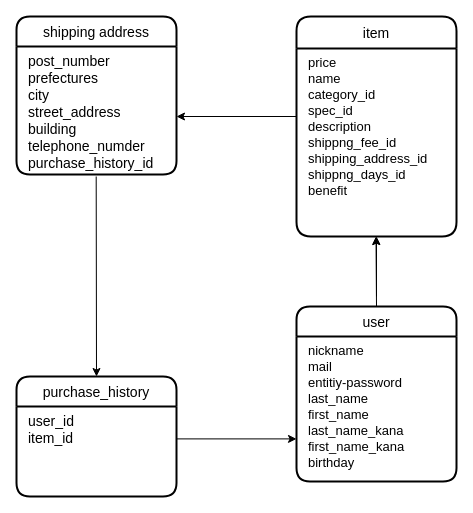
Above: app/assets/config/furima.dio in otak0574/furima-37001 (draw.io), before the change. Source tidied: cells renumbered, new cells numbered last; positions are measured from the earlier drawing's top-left corner, leaving out a move shared by most shapes. Both pictures are drawn from the tidied source at 100%, with x=0, y=0 at pixel (16, 16).
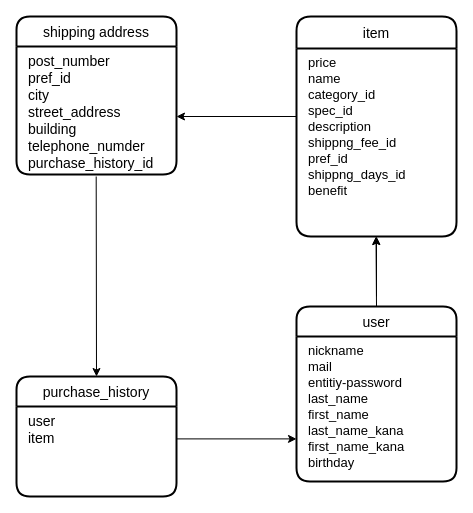
After the change.

Commit message (it also covers changes not shown here):
ER図、READMEの再修正

Diff of the diagram source:
```diff
@@
 <mxGraphModel>
   <root>
     <mxCell id="0" />
     <mxCell id="1" parent="0" />
     <mxCell id="2" style="edgeStyle=none;html=1;exitX=0.5;exitY=0;exitDx=0;exitDy=0;" parent="1" edge="1" source="10">
       <mxGeometry relative="1" as="geometry">
         <mxPoint x="359.5" y="220" as="targetPoint" />
       </mxGeometry>
     </mxCell>
     <mxCell id="3" style="edgeStyle=none;html=1;exitX=1;exitY=0.36;exitDx=0;exitDy=0;exitPerimeter=0;" parent="1" edge="1">
       <mxGeometry relative="1" as="geometry">
         <mxPoint x="160" y="422.4" as="sourcePoint" />
         <mxPoint x="280" y="422.4" as="targetPoint" />
       </mxGeometry>
     </mxCell>
     <mxCell id="4" style="edgeStyle=none;html=1;exitX=0;exitY=0.5;exitDx=0;exitDy=0;entryX=1;entryY=0.5;entryDx=0;entryDy=0;" parent="1" edge="1">
       <mxGeometry relative="1" as="geometry">
         <mxPoint x="280" y="100" as="sourcePoint" />
         <mxPoint x="160" y="100" as="targetPoint" />
       </mxGeometry>
     </mxCell>
     <mxCell id="5" style="edgeStyle=none;html=1;entryX=0.5;entryY=0;entryDx=0;entryDy=0;exitX=0.498;exitY=1.135;exitDx=0;exitDy=0;exitPerimeter=0;" parent="1" edge="1">
       <mxGeometry relative="1" as="geometry">
         <mxPoint x="79.7" y="160" as="sourcePoint" />
         <mxPoint x="80" y="360" as="targetPoint" />
       </mxGeometry>
     </mxCell>
     <mxCell id="6" value="item" style="swimlane;horizontal=1;startSize=32;rounded=1;fontSize=14;fontStyle=0;strokeWidth=2;shadow=0;dashed=0;align=center;" parent="1" vertex="1">
       <mxGeometry x="280" width="160" height="220" as="geometry" />
     </mxCell>
-    <mxCell id="7" value="price&#10;name&#10;category_id&#10;spec_id&#10;description&#10;shippng_fee_id&#10;shipping_address_id&#10;shippng_days_id&#10;benefit" style="align=left;strokeColor=none;fillColor=none;spacingLeft=10;fontSize=13;verticalAlign=top;" parent="6" vertex="1">
+    <mxCell id="7" value="price&#10;name&#10;category_id&#10;spec_id&#10;description&#10;shippng_fee_id&#10;pref_id&#10;shippng_days_id&#10;benefit" style="align=left;strokeColor=none;fillColor=none;spacingLeft=10;fontSize=13;verticalAlign=top;" parent="6" vertex="1">
       <mxGeometry y="32" width="160" height="188" as="geometry" />
     </mxCell>
     <mxCell id="8" value="purchase_history" style="swimlane;horizontal=1;startSize=30;rounded=1;fontSize=14;fontStyle=0;strokeWidth=2;shadow=0;dashed=0;align=center;" parent="1" vertex="1">
       <mxGeometry y="360" width="160" height="120" as="geometry" />
     </mxCell>
-    <mxCell id="9" value="user_id&#10;item_id" style="align=left;strokeColor=none;fillColor=none;spacingLeft=10;fontSize=14;verticalAlign=top;" parent="8" vertex="1">
+    <mxCell id="9" value="user&#10;item" style="align=left;strokeColor=none;fillColor=none;spacingLeft=10;fontSize=14;verticalAlign=top;" parent="8" vertex="1">
       <mxGeometry y="30" width="160" height="90" as="geometry" />
     </mxCell>
     <mxCell id="10" value="user" style="swimlane;horizontal=1;startSize=30;rounded=1;fontSize=14;fontStyle=0;strokeWidth=2;shadow=0;dashed=0;align=center;" parent="1" vertex="1">
       <mxGeometry x="280" y="290" width="160" height="175" as="geometry" />
     </mxCell>
     <mxCell id="11" value="nickname&#10;mail&#10;entitiy-password&#10;last_name&#10;first_name&#10;last_name_kana&#10;first_name_kana&#10;birthday" style="align=left;strokeColor=none;fillColor=none;spacingLeft=10;fontSize=13;verticalAlign=top;" parent="10" vertex="1">
       <mxGeometry y="30" width="160" height="145" as="geometry" />
     </mxCell>
     <mxCell id="12" value="shipping address" style="swimlane;horizontal=1;startSize=30;rounded=1;fontSize=14;fontStyle=0;strokeWidth=2;shadow=0;dashed=0;align=center;" parent="1" vertex="1">
       <mxGeometry width="160" height="158" as="geometry" />
     </mxCell>
-    <mxCell id="13" value="post_number&#10;prefectures&#10;city&#10;street_address&#10;building&#10;telephone_numder&#10;purchase_history_id" style="align=left;strokeColor=none;fillColor=none;spacingLeft=10;fontSize=14;verticalAlign=top;" parent="12" vertex="1">
+    <mxCell id="13" value="post_number&#10;pref_id&#10;city&#10;street_address&#10;building&#10;telephone_numder&#10;purchase_history_id" style="align=left;strokeColor=none;fillColor=none;spacingLeft=10;fontSize=14;verticalAlign=top;" parent="12" vertex="1">
       <mxGeometry y="30" width="160" height="128" as="geometry" />
     </mxCell>
     <mxCell id="14" style="edgeStyle=none;html=1;fontSize=14;" parent="1" edge="1" target="7">
       <mxGeometry relative="1" as="geometry">
         <mxPoint x="360" y="280" as="sourcePoint" />
       </mxGeometry>
     </mxCell>
   </root>
 </mxGraphModel>
```
